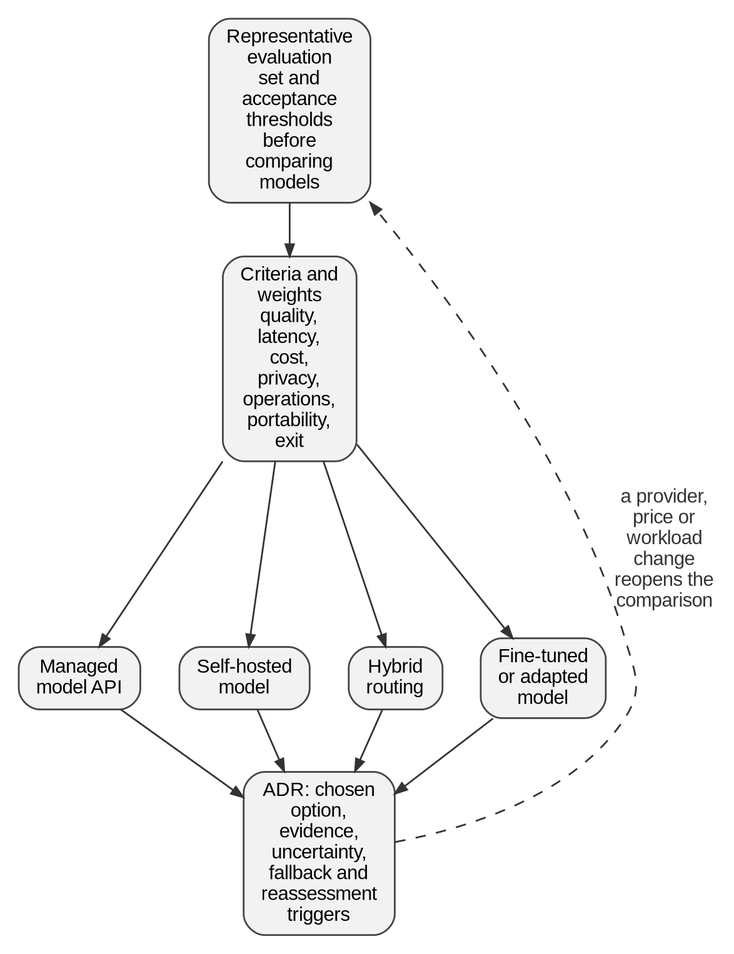
The Graphviz diagram assets/diagrams/rendered/ch16-model-selection.png in cesarcastrocuba/handbook-solutions-architecture, before a commit. Its source is kept beside it as assets/diagrams/src/ch16-model-selection.dot. Its diagram source:
```dot
digraph G {

 rankdir=TB;
 ev [label="Representative\nevaluation\nset and\nacceptance\nthresholds\nbefore\ncomparing\nmodels"];
 cr [label="Criteria and\nweights\nquality,\nlatency,\ncost,\nprivacy,\noperations,\nportability,\nexit"];
 m [label="Managed\nmodel API"];
 s [label="Self-hosted\nmodel"];
 h [label="Hybrid\nrouting"];
 f [label="Fine-tuned\nor adapted\nmodel"];
 adr [label="ADR: chosen\noption,\nevidence,\nuncertainty,\nfallback and\nreassessment\ntriggers"];
 ev->cr; cr->m; cr->s; cr->h; cr->f; m->adr; s->adr; h->adr; f->adr;
 {rank=same; m; s; h; f;}
 adr->ev [label="a provider,\nprice or\nworkload\nchange\nreopens the\ncomparison", style=dashed, constraint=false];
}
```
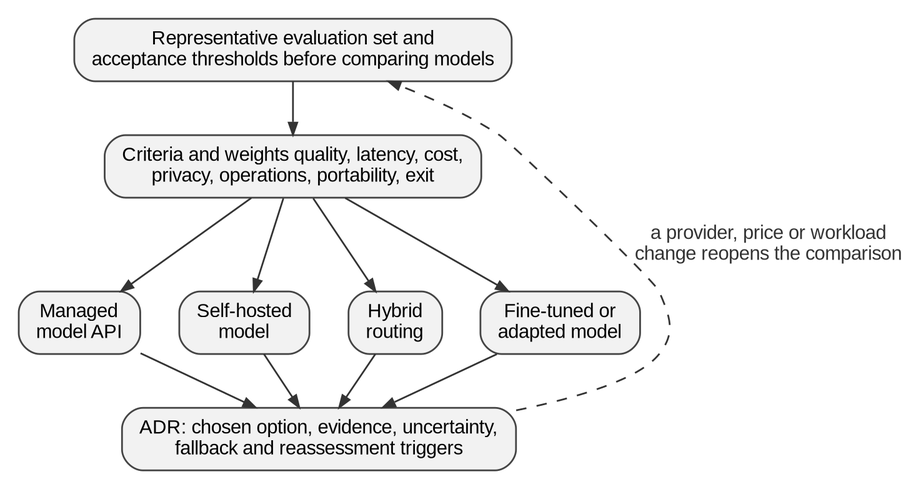
The same diagram one commit later.

Change to the diagram source:
```diff
@@ -1,14 +1,14 @@
 digraph G {
 
  rankdir=TB;
- ev [label="Representative\nevaluation\nset and\nacceptance\nthresholds\nbefore\ncomparing\nmodels"];
- cr [label="Criteria and\nweights\nquality,\nlatency,\ncost,\nprivacy,\noperations,\nportability,\nexit"];
+ ev [label="Representative evaluation set and\nacceptance thresholds before comparing models"];
+ cr [label="Criteria and weights quality, latency, cost,\nprivacy, operations, portability, exit"];
  m [label="Managed\nmodel API"];
  s [label="Self-hosted\nmodel"];
  h [label="Hybrid\nrouting"];
- f [label="Fine-tuned\nor adapted\nmodel"];
- adr [label="ADR: chosen\noption,\nevidence,\nuncertainty,\nfallback and\nreassessment\ntriggers"];
+ f [label="Fine-tuned or\nadapted model"];
+ adr [label="ADR: chosen option, evidence, uncertainty,\nfallback and reassessment triggers"];
  ev->cr; cr->m; cr->s; cr->h; cr->f; m->adr; s->adr; h->adr; f->adr;
  {rank=same; m; s; h; f;}
- adr->ev [label="a provider,\nprice or\nworkload\nchange\nreopens the\ncomparison", style=dashed, constraint=false];
+ adr->ev [label="a provider, price or workload\nchange reopens the comparison", style=dashed, constraint=false];
 }
```
